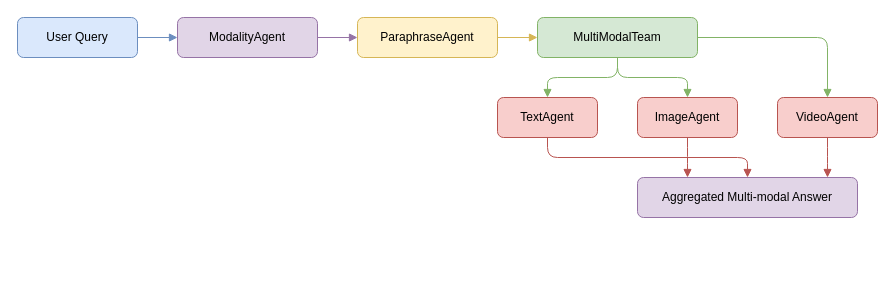
Before: assets/architecture.drawio in lydra4/OmniAnswer, a draw.io diagram. Source tidied: cells renumbered, new cells numbered last; positions are measured from the earlier drawing's top-left corner, leaving out a move shared by most shapes. Both pictures are drawn from the tidied source at 100%, with x=0, y=0 at pixel (17, 17).
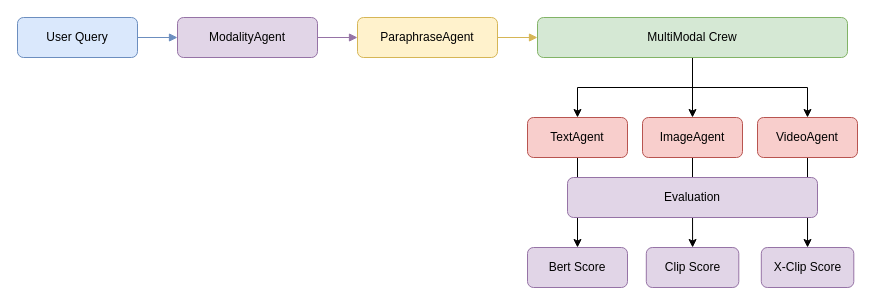
The same page after the edit.

Commit message:
docs: updated drawio diagram of agents

Unchanged cells that the change refers to:
```xml
<mxCell id="5" value="ParaphraseAgent" style="rounded=1;whiteSpace=wrap;html=1;fillColor=#fff2cc;strokeColor=#d6b656;" parent="1" vertex="1">
  <mxGeometry x="340" width="140" height="40" as="geometry" />
</mxCell>
```

Diff of the diagram source:
```diff
@@
-    <mxCell id="7" value="MultiModalTeam" style="rounded=1;whiteSpace=wrap;html=1;fillColor=#d5e8d4;strokeColor=#82b366;" parent="1" vertex="1">
-      <mxGeometry x="520" width="160" height="40" as="geometry" />
-    </mxCell>
-    <mxCell id="8" style="edgeStyle=orthogonalEdgeStyle;endArrow=block;html=1;strokeColor=#d6b656;" parent="1" edge="1" source="5" target="7">
-      <mxGeometry relative="1" as="geometry" />
-    </mxCell>
-    <mxCell id="9" value="TextAgent" style="rounded=1;whiteSpace=wrap;html=1;fillColor=#f8cecc;strokeColor=#b85450;" parent="1" vertex="1">
-      <mxGeometry x="480" y="80" width="100" height="40" as="geometry" />
-    </mxCell>
-    <mxCell id="10" value="ImageAgent" style="rounded=1;whiteSpace=wrap;html=1;fillColor=#f8cecc;strokeColor=#b85450;" parent="1" vertex="1">
-      <mxGeometry x="620" y="80" width="100" height="40" as="geometry" />
-    </mxCell>
-    <mxCell id="11" value="VideoAgent" style="rounded=1;whiteSpace=wrap;html=1;fillColor=#f8cecc;strokeColor=#b85450;" parent="1" vertex="1">
-      <mxGeometry x="760" y="80" width="100" height="40" as="geometry" />
-    </mxCell>
-    <mxCell id="12" style="edgeStyle=orthogonalEdgeStyle;endArrow=block;html=1;strokeColor=#82b366;" parent="1" edge="1" source="7" target="9">
+    <mxCell id="12" style="edgeStyle=orthogonalEdgeStyle;rounded=0;jettySize=auto;html=1;entryX=0.5;entryY=0;entryDx=0;entryDy=0;" parent="1" edge="1" source="7" target="9">
       <mxGeometry relative="1" as="geometry" />
     </mxCell>
-    <mxCell id="13" style="edgeStyle=orthogonalEdgeStyle;endArrow=block;html=1;strokeColor=#82b366;" parent="1" edge="1" source="7" target="10">
+    <mxCell id="13" style="edgeStyle=orthogonalEdgeStyle;rounded=0;jettySize=auto;html=1;exitX=0.5;exitY=1;exitDx=0;exitDy=0;" parent="1" edge="1" source="7" target="10">
       <mxGeometry relative="1" as="geometry" />
     </mxCell>
-    <mxCell id="14" style="edgeStyle=orthogonalEdgeStyle;endArrow=block;html=1;strokeColor=#82b366;" parent="1" edge="1" source="7" target="11">
+    <mxCell id="14" style="edgeStyle=orthogonalEdgeStyle;rounded=0;jettySize=auto;html=1;" parent="1" edge="1" source="7" target="11">
       <mxGeometry relative="1" as="geometry" />
     </mxCell>
+    <mxCell id="7" value="MultiModal Crew" style="rounded=1;whiteSpace=wrap;html=1;fillColor=#d5e8d4;strokeColor=#82b366;" parent="1" vertex="1">
+      <mxGeometry x="520" width="310" height="40" as="geometry" />
+    </mxCell>
+    <mxCell id="8" style="edgeStyle=orthogonalEdgeStyle;endArrow=block;html=1;strokeColor=#d6b656;" parent="1" edge="1" source="5" target="7">
+      <mxGeometry relative="1" as="geometry" />
+    </mxCell>
+    <mxCell id="19" style="edgeStyle=orthogonalEdgeStyle;rounded=0;jettySize=auto;html=1;" parent="1" edge="1" source="9" target="22">
+      <mxGeometry relative="1" as="geometry" />
+    </mxCell>
+    <mxCell id="9" value="TextAgent" style="rounded=1;whiteSpace=wrap;html=1;fillColor=#f8cecc;strokeColor=#b85450;" parent="1" vertex="1">
+      <mxGeometry x="510" y="100" width="100" height="40" as="geometry" />
+    </mxCell>
+    <mxCell id="20" style="edgeStyle=orthogonalEdgeStyle;rounded=0;jettySize=auto;html=1;" parent="1" edge="1" source="10" target="23">
+      <mxGeometry relative="1" as="geometry" />
+    </mxCell>
+    <mxCell id="10" value="ImageAgent" style="rounded=1;whiteSpace=wrap;html=1;fillColor=#f8cecc;strokeColor=#b85450;" parent="1" vertex="1">
+      <mxGeometry x="625" y="100" width="100" height="40" as="geometry" />
+    </mxCell>
+    <mxCell id="21" style="edgeStyle=orthogonalEdgeStyle;rounded=0;jettySize=auto;html=1;entryX=0.5;entryY=0;entryDx=0;entryDy=0;" parent="1" edge="1" source="11" target="24">
+      <mxGeometry relative="1" as="geometry" />
+    </mxCell>
+    <mxCell id="11" value="VideoAgent" style="rounded=1;whiteSpace=wrap;html=1;fillColor=#f8cecc;strokeColor=#b85450;" parent="1" vertex="1">
+      <mxGeometry x="740" y="100" width="100" height="40" as="geometry" />
+    </mxCell>
-    <mxCell id="15" value="Aggregated Multi-modal Answer" style="rounded=1;whiteSpace=wrap;html=1;fillColor=#e1d5e7;strokeColor=#9673a6;" parent="1" vertex="1">
-      <mxGeometry x="620" y="160" width="220" height="40" as="geometry" />
+    <mxCell id="15" value="Evaluation" style="rounded=1;whiteSpace=wrap;html=1;fillColor=#e1d5e7;strokeColor=#9673a6;" parent="1" vertex="1">
+      <mxGeometry x="550" y="160" width="250" height="40" as="geometry" />
     </mxCell>
-    <mxCell id="16" style="edgeStyle=elbowEdgeStyle;elbow=vertical;endArrow=block;html=1;strokeColor=#b85450;" parent="1" edge="1" source="9" target="15">
-      <mxGeometry relative="1" as="geometry">
-        <Array as="points">
-          <mxPoint x="530" y="140" />
-        </Array>
-      </mxGeometry>
-    </mxCell>
-    <mxCell id="17" style="edgeStyle=elbowEdgeStyle;elbow=vertical;endArrow=block;html=1;strokeColor=#b85450;" parent="1" edge="1" source="10" target="15">
-      <mxGeometry relative="1" as="geometry">
-        <Array as="points">
-          <mxPoint x="670" y="140" />
-        </Array>
-      </mxGeometry>
-    </mxCell>
-    <mxCell id="18" style="edgeStyle=elbowEdgeStyle;elbow=vertical;endArrow=block;html=1;strokeColor=#b85450;" parent="1" edge="1" source="11" target="15">
-      <mxGeometry relative="1" as="geometry">
-        <Array as="points">
-          <mxPoint x="810" y="140" />
-        </Array>
-      </mxGeometry>
-    </mxCell>
+    <mxCell id="22" value="Bert Score" style="rounded=1;whiteSpace=wrap;html=1;fillColor=#e1d5e7;strokeColor=#9673a6;" parent="1" vertex="1">
+      <mxGeometry x="510" y="230" width="100" height="40" as="geometry" />
+    </mxCell>
+    <mxCell id="23" value="Clip Score" style="rounded=1;whiteSpace=wrap;html=1;fillColor=#e1d5e7;strokeColor=#9673a6;" parent="1" vertex="1">
+      <mxGeometry x="628.8" y="230" width="92.5" height="40" as="geometry" />
+    </mxCell>
+    <mxCell id="24" value="X-Clip Score" style="rounded=1;whiteSpace=wrap;html=1;fillColor=#e1d5e7;strokeColor=#9673a6;" parent="1" vertex="1">
+      <mxGeometry x="743.8" y="230" width="92.5" height="40" as="geometry" />
+    </mxCell>
```
